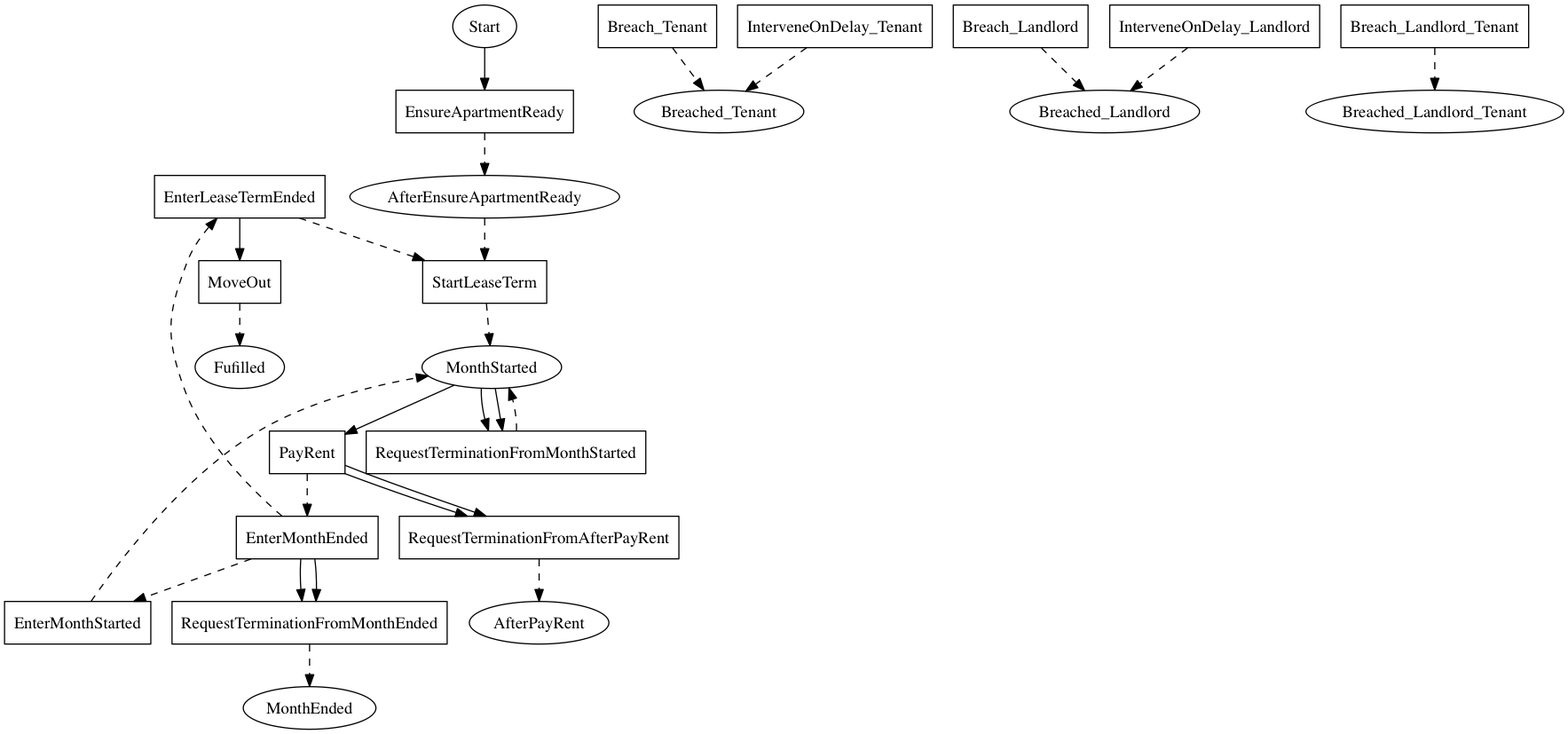
Marcao02/complaw-deeptech keeps this Graphviz diagram as linear_state_machine_language/pyL4/examples/out_graphviz/from_academic_lit/hvitved_lease.png. Above is the earlier version. Its source is kept beside it as linear_state_machine_language/pyL4/examples/out_graphviz/from_academic_lit/hvitved_lease.dot.
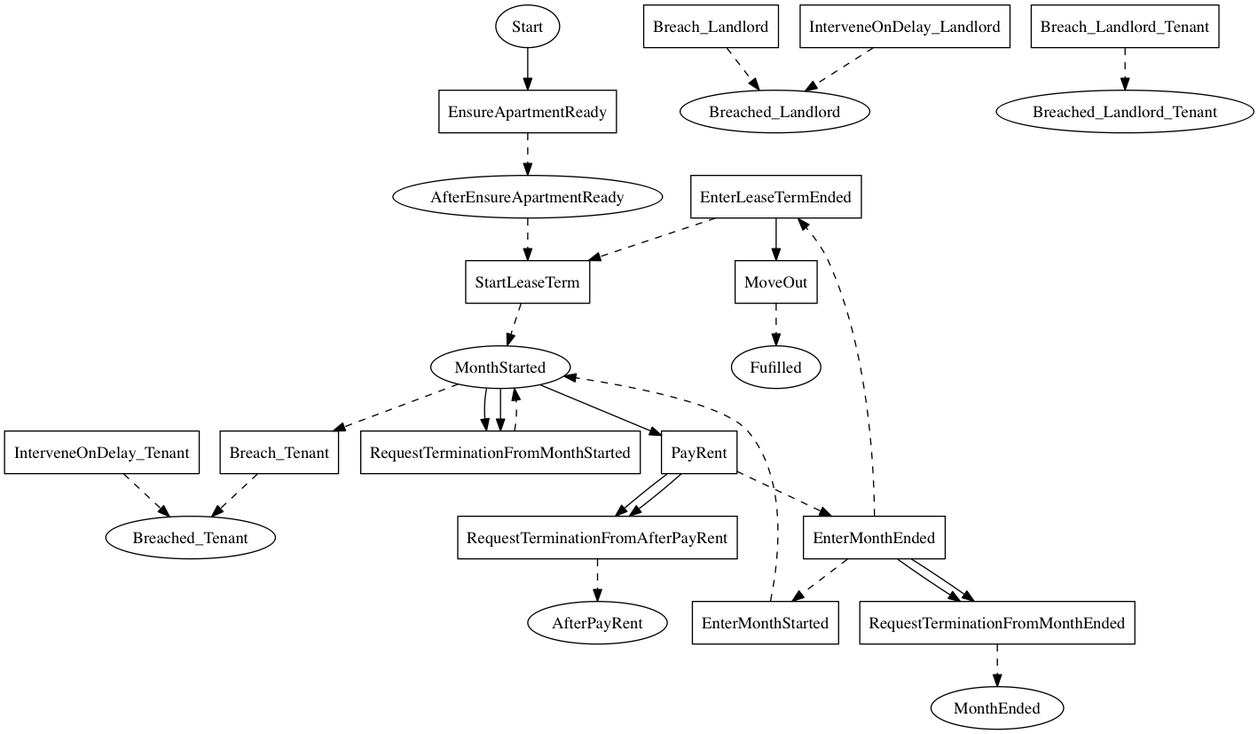
Above is the later version.

Diff of the diagram source:
```diff
@@ -30,6 +30,7 @@
     Start -> EnsureApartmentReady;
 	AfterEnsureApartmentReady -> StartLeaseTerm [style=dashed];
 	MonthStarted -> PayRent;
+	MonthStarted -> Breach_Tenant [style=dashed];
 	MonthStarted -> RequestTerminationFromMonthStarted;
 	MonthStarted -> RequestTerminationFromMonthStarted;
 	PayRent -> EnterMonthEnded [style=dashed];
```
